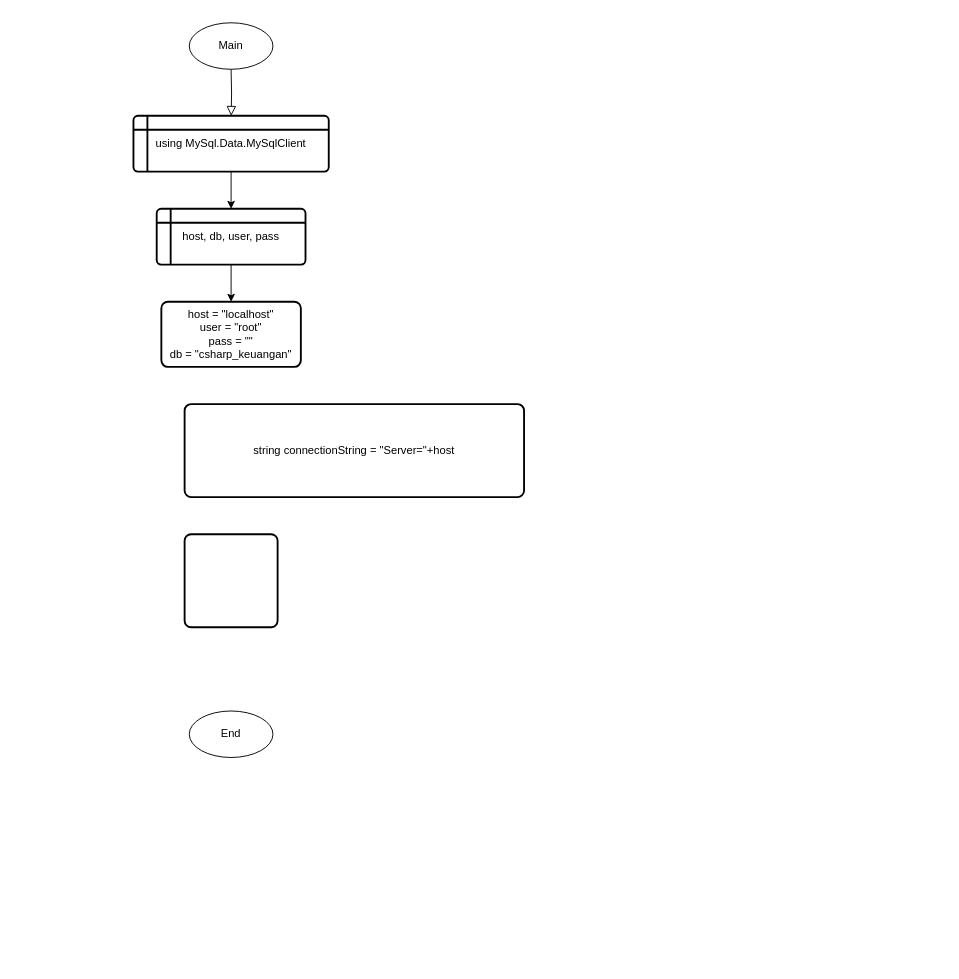
Before: page "Page-1" (1 of 20) of Untitled Diagram.drawio in AdliXSec/FlowchartTubes, a draw.io diagram. Source tidied: cells renumbered, new cells numbered last; positions are measured from the earlier drawing's top-left corner, leaving out a move shared by most shapes. Both pictures are drawn from the tidied source at 93%, with x=0, y=0 at pixel (133, 22).
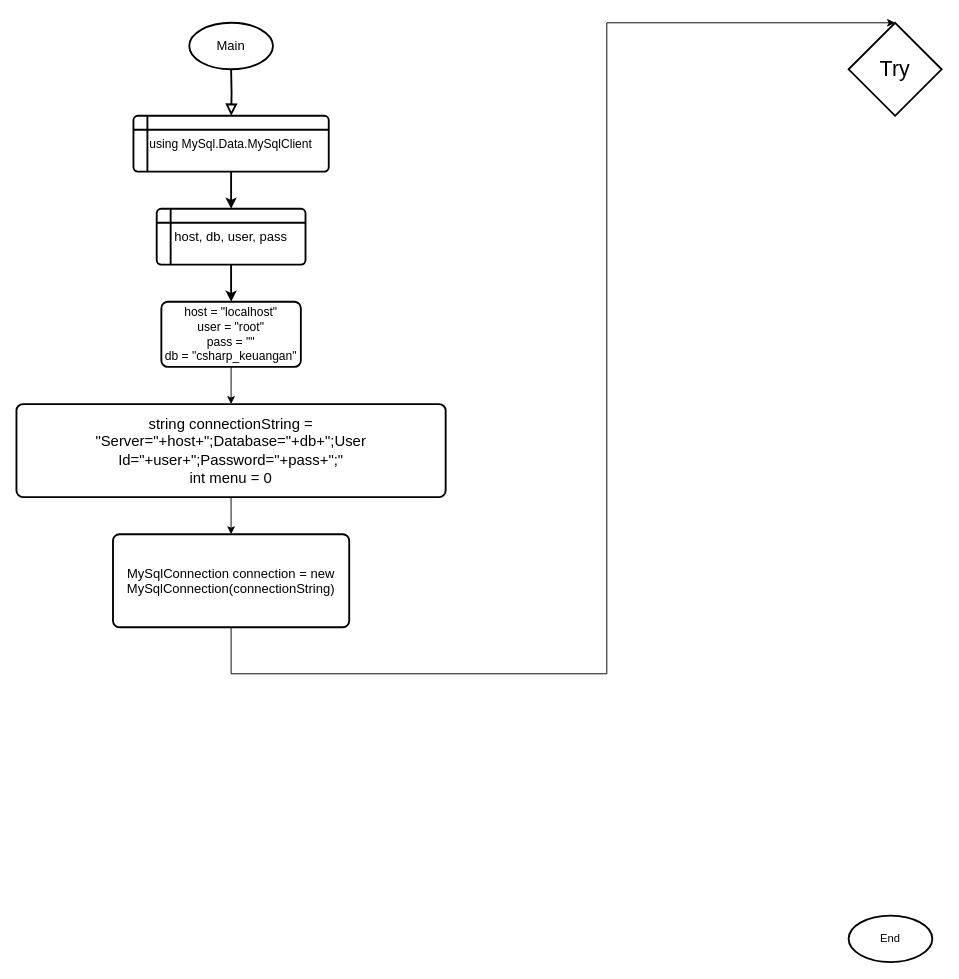
After the change.

The edit, as a diff of the source:
```diff
@@
 <mxGraphModel>
   <root>
     <mxCell id="0" />
     <mxCell id="1" parent="0" />
-    <mxCell id="2" style="rounded=0;html=1;jettySize=auto;orthogonalLoop=1;fontSize=11;endArrow=block;endFill=0;endSize=8;strokeWidth=1;shadow=0;labelBackgroundColor=none;edgeStyle=orthogonalEdgeStyle;" parent="1" edge="1">
+    <mxCell id="2" style="rounded=0;html=1;jettySize=auto;orthogonalLoop=1;fontSize=11;endArrow=block;endFill=0;endSize=8;strokeWidth=2;shadow=0;labelBackgroundColor=none;edgeStyle=orthogonalEdgeStyle;" parent="1" edge="1">
       <mxGeometry relative="1" as="geometry">
         <mxPoint x="105" y="50" as="sourcePoint" />
         <mxPoint x="105.1" y="100" as="targetPoint" />
       </mxGeometry>
     </mxCell>
-    <mxCell id="3" value="Main" style="ellipse;whiteSpace=wrap;html=1;" parent="1" vertex="1">
+    <mxCell id="3" value="&lt;font style=&quot;font-size: 14px;&quot;&gt;Main&lt;/font&gt;" style="ellipse;whiteSpace=wrap;html=1;strokeWidth=2;" parent="1" vertex="1">
       <mxGeometry x="60" width="90" height="50" as="geometry" />
     </mxCell>
-    <mxCell id="4" value="End" style="ellipse;whiteSpace=wrap;html=1;" parent="1" vertex="1">
-      <mxGeometry x="60" y="740" width="90" height="50" as="geometry" />
+    <mxCell id="4" value="End" style="ellipse;whiteSpace=wrap;html=1;strokeWidth=2;" parent="1" vertex="1">
+      <mxGeometry x="769" y="960" width="90" height="50" as="geometry" />
     </mxCell>
-    <mxCell id="5" value="using MySql.Data.MySqlClient" style="shape=internalStorage;whiteSpace=wrap;html=1;dx=15;dy=15;rounded=1;arcSize=8;strokeWidth=2;" parent="1" vertex="1">
+    <mxCell id="5" value="&lt;font style=&quot;font-size: 13px;&quot;&gt;using MySql.Data.MySqlClient&lt;/font&gt;" style="shape=internalStorage;whiteSpace=wrap;html=1;dx=15;dy=15;rounded=1;arcSize=8;strokeWidth=2;" parent="1" vertex="1">
       <mxGeometry y="100" width="210" height="60" as="geometry" />
     </mxCell>
-    <mxCell id="6" value="host, db, user, pass" style="shape=internalStorage;whiteSpace=wrap;html=1;dx=15;dy=15;rounded=1;arcSize=8;strokeWidth=2;" parent="1" vertex="1">
+    <mxCell id="6" value="&lt;font style=&quot;font-size: 14px;&quot;&gt;host, db, user, pass&lt;/font&gt;" style="shape=internalStorage;whiteSpace=wrap;html=1;dx=15;dy=15;rounded=1;arcSize=8;strokeWidth=2;" parent="1" vertex="1">
       <mxGeometry x="25" y="200" width="160" height="60" as="geometry" />
     </mxCell>
-    <mxCell id="7" style="endArrow=classic;html=1;rounded=0;exitX=0.5;exitY=1;exitDx=0;exitDy=0;entryX=0.5;entryY=0;entryDx=0;entryDy=0;" parent="1" edge="1" source="5" target="6">
+    <mxCell id="7" style="endArrow=classic;html=1;rounded=0;exitX=0.5;exitY=1;exitDx=0;exitDy=0;entryX=0.5;entryY=0;entryDx=0;entryDy=0;strokeWidth=2;" parent="1" edge="1" source="5" target="6">
       <mxGeometry relative="1" as="geometry" />
     </mxCell>
-    <mxCell id="8" value="host = &quot;localhost&quot;&lt;div&gt;user = &quot;root&quot;&lt;/div&gt;&lt;div&gt;pass = &quot;&quot;&lt;/div&gt;&lt;div&gt;db = &quot;csharp_keuangan&quot;&lt;/div&gt;" style="rounded=1;whiteSpace=wrap;html=1;absoluteArcSize=1;arcSize=14;strokeWidth=2;" parent="1" vertex="1">
+    <mxCell id="8" value="&lt;font style=&quot;font-size: 13px;&quot;&gt;host = &quot;localhost&quot;&lt;/font&gt;&lt;div&gt;&lt;font style=&quot;font-size: 13px;&quot;&gt;user = &quot;root&quot;&lt;/font&gt;&lt;/div&gt;&lt;div&gt;&lt;font style=&quot;font-size: 13px;&quot;&gt;pass = &quot;&quot;&lt;/font&gt;&lt;/div&gt;&lt;div&gt;&lt;font style=&quot;font-size: 13px;&quot;&gt;db = &quot;csharp_keuangan&quot;&lt;/font&gt;&lt;/div&gt;" style="rounded=1;whiteSpace=wrap;html=1;absoluteArcSize=1;arcSize=14;strokeWidth=2;" parent="1" vertex="1">
       <mxGeometry x="30" y="300" width="150" height="70" as="geometry" />
     </mxCell>
-    <mxCell id="9" style="endArrow=classic;html=1;rounded=0;exitX=0.5;exitY=1;exitDx=0;exitDy=0;entryX=0.5;entryY=0;entryDx=0;entryDy=0;" parent="1" edge="1" source="6" target="8">
+    <mxCell id="9" style="endArrow=classic;html=1;rounded=0;exitX=0.5;exitY=1;exitDx=0;exitDy=0;entryX=0.5;entryY=0;entryDx=0;entryDy=0;strokeWidth=2;" parent="1" edge="1" source="6" target="8">
       <mxGeometry relative="1" as="geometry" />
     </mxCell>
-    <mxCell id="10" style="rounded=1;whiteSpace=wrap;html=1;absoluteArcSize=1;arcSize=14;strokeWidth=2;" parent="1" vertex="1">
-      <mxGeometry x="55" y="550" width="100" height="100" as="geometry" />
+    <mxCell id="10" value="&lt;font style=&quot;font-size: 14px;&quot;&gt;MySqlConnection connection = new MySqlConnection(connectionString)&lt;/font&gt;" style="rounded=1;whiteSpace=wrap;html=1;absoluteArcSize=1;arcSize=14;strokeWidth=2;" parent="1" vertex="1">
+      <mxGeometry x="-22" y="550" width="254" height="100" as="geometry" />
     </mxCell>
-    <mxCell id="11" value="string connectionString = &quot;Server=&quot;+host" style="rounded=1;whiteSpace=wrap;html=1;absoluteArcSize=1;arcSize=14;strokeWidth=2;" parent="1" vertex="1">
-      <mxGeometry x="55" y="410" width="365" height="100" as="geometry" />
+    <mxCell id="11" value="&lt;font style=&quot;font-size: 16px;&quot;&gt;string connectionString = &quot;Server=&quot;+host+&quot;;Database=&quot;+db+&quot;;User Id=&quot;+user+&quot;;Password=&quot;+pass+&quot;;&quot;&lt;/font&gt;&lt;div&gt;&lt;font style=&quot;font-size: 16px;&quot;&gt;int menu = 0&lt;/font&gt;&lt;/div&gt;" style="rounded=1;whiteSpace=wrap;html=1;absoluteArcSize=1;arcSize=14;strokeWidth=2;" parent="1" vertex="1">
+      <mxGeometry x="-125.8" y="410" width="461.5" height="100" as="geometry" />
     </mxCell>
+    <mxCell id="12" value="&lt;font style=&quot;font-size: 23px;&quot;&gt;Try&lt;/font&gt;" style="strokeWidth=2;html=1;shape=mxgraph.flowchart.decision;whiteSpace=wrap;" parent="1" vertex="1">
+      <mxGeometry x="769" width="100" height="100" as="geometry" />
+    </mxCell>
+    <mxCell id="13" style="endArrow=classic;html=1;rounded=0;entryX=0.5;entryY=0;entryDx=0;entryDy=0;exitX=0.5;exitY=1;exitDx=0;exitDy=0;" parent="1" edge="1" source="11" target="10">
+      <mxGeometry relative="1" as="geometry" />
+    </mxCell>
+    <mxCell id="14" style="endArrow=classic;html=1;rounded=0;exitX=0.5;exitY=1;exitDx=0;exitDy=0;entryX=0.5;entryY=0;entryDx=0;entryDy=0;entryPerimeter=0;" parent="1" edge="1" source="10" target="12">
+      <mxGeometry relative="1" as="geometry">
+        <Array as="points">
+          <mxPoint x="105" y="700" />
+          <mxPoint x="509" y="700" />
+          <mxPoint x="509" />
+        </Array>
+      </mxGeometry>
+    </mxCell>
+    <mxCell id="15" style="endArrow=classic;html=1;rounded=0;exitX=0.5;exitY=1;exitDx=0;exitDy=0;entryX=0.5;entryY=0;entryDx=0;entryDy=0;" parent="1" edge="1" source="8" target="11">
+      <mxGeometry relative="1" as="geometry" />
+    </mxCell>
   </root>
 </mxGraphModel>
```
